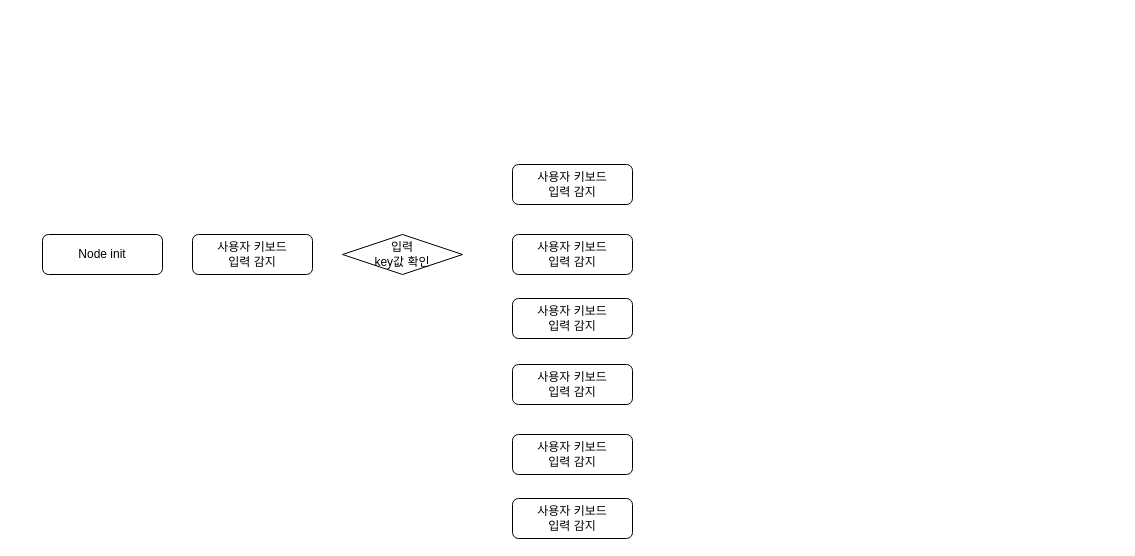
Jungsu-Yun/turtlebot3_tutorial_ros2 keeps this draw.io diagram as Untitled Diagram.drawio. Above is the earlier version. Source tidied: cells renumbered, new cells numbered last; positions are measured from the earlier drawing's top-left corner, leaving out a move shared by most shapes. Both pictures are drawn from the tidied source at 100%, with x=0, y=0 at pixel (42, 164).
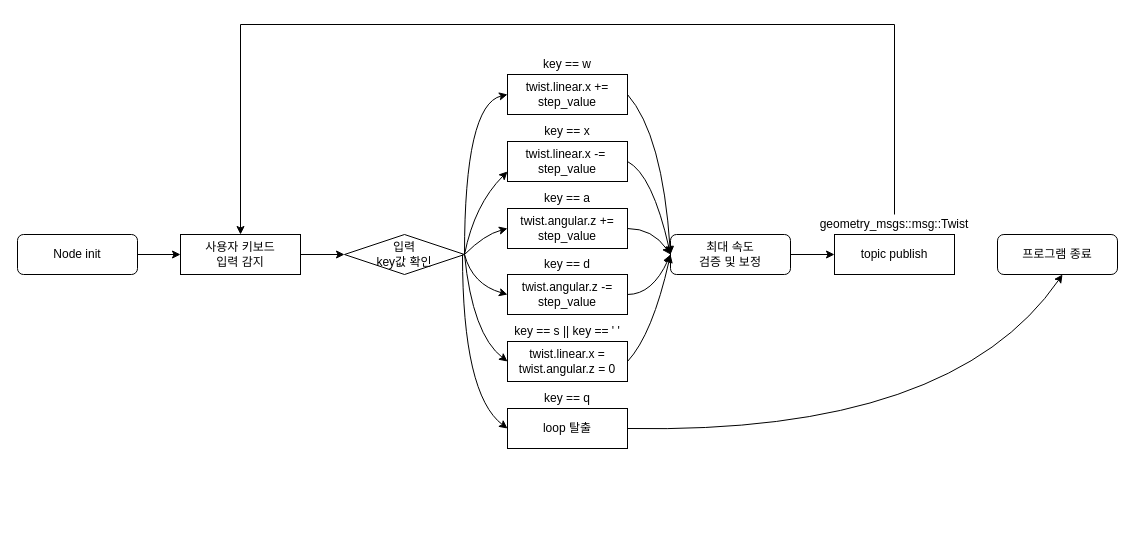
The same diagram, later.

The edit, as a diff of the source:
```diff
@@
+    <mxCell id="11" style="edgeStyle=orthogonalEdgeStyle;rounded=0;jettySize=auto;html=1;exitX=1;exitY=0.5;exitDx=0;exitDy=0;" parent="1" edge="1" source="2" target="3">
+      <mxGeometry relative="1" as="geometry" />
+    </mxCell>
     <mxCell id="2" value="Node init" style="rounded=1;whiteSpace=wrap;html=1;" parent="1" vertex="1">
-      <mxGeometry y="70" width="120" height="40" as="geometry" />
+      <mxGeometry x="-25" y="70" width="120" height="40" as="geometry" />
     </mxCell>
+    <mxCell id="12" style="edgeStyle=orthogonalEdgeStyle;rounded=0;jettySize=auto;html=1;exitX=1;exitY=0.5;exitDx=0;exitDy=0;entryX=0;entryY=0.5;entryDx=0;entryDy=0;" parent="1" edge="1" source="3" target="4">
+      <mxGeometry relative="1" as="geometry" />
+    </mxCell>
-    <mxCell id="3" value="사용자 키보드&lt;br&gt;입력 감지" style="rounded=1;whiteSpace=wrap;html=1;" parent="1" vertex="1">
-      <mxGeometry x="150" y="70" width="120" height="40" as="geometry" />
+    <mxCell id="3" value="사용자 키보드&lt;br&gt;입력 감지" style="rounded=1;whiteSpace=wrap;html=1;arcSize=0;" parent="1" vertex="1">
+      <mxGeometry x="138" y="70" width="120" height="40" as="geometry" />
     </mxCell>
     <mxCell id="4" value="입력&lt;br&gt;key값 확인" style="rhombus;whiteSpace=wrap;html=1;" parent="1" vertex="1">
-      <mxGeometry x="300" y="70" width="120" height="40" as="geometry" />
+      <mxGeometry x="302" y="70" width="120" height="40" as="geometry" />
     </mxCell>
+    <mxCell id="13" style="edgeStyle=orthogonalEdgeStyle;rounded=0;jettySize=auto;html=1;exitX=1;exitY=0.5;exitDx=0;exitDy=0;entryX=0;entryY=0.5;entryDx=0;entryDy=0;" parent="1" edge="1" source="14" target="15">
+      <mxGeometry relative="1" as="geometry" />
+    </mxCell>
+    <mxCell id="14" value="최대 속도&lt;br&gt;검증 및 보정" style="rounded=1;whiteSpace=wrap;html=1;" parent="1" vertex="1">
+      <mxGeometry x="628" y="70" width="120" height="40" as="geometry" />
+    </mxCell>
+    <mxCell id="15" value="topic publish" style="rounded=1;whiteSpace=wrap;html=1;arcSize=0;" parent="1" vertex="1">
+      <mxGeometry x="792" y="70" width="120" height="40" as="geometry" />
+    </mxCell>
+    <mxCell id="16" value="프로그램 종료" style="rounded=1;whiteSpace=wrap;html=1;arcSize=16;" parent="1" vertex="1">
+      <mxGeometry x="955" y="70" width="120" height="40" as="geometry" />
+    </mxCell>
+    <mxCell id="17" style="group;" parent="1" vertex="1">
+      <mxGeometry x="465" y="-90" width="120" height="374" as="geometry" />
+    </mxCell>
-    <mxCell id="5" value="사용자 키보드&lt;br&gt;입력 감지" style="rounded=1;whiteSpace=wrap;html=1;" parent="1" vertex="1">
-      <mxGeometry x="470" y="70" width="120" height="40" as="geometry" />
+    <mxCell id="5" value="twist.linear.x -=&amp;nbsp; step_value" style="rounded=1;whiteSpace=wrap;html=1;arcSize=0;" parent="17" vertex="1">
+      <mxGeometry y="67" width="120" height="40" as="geometry" />
     </mxCell>
-    <mxCell id="6" value="사용자 키보드&lt;br&gt;입력 감지" style="rounded=1;whiteSpace=wrap;html=1;" parent="1" vertex="1">
-      <mxGeometry x="470" width="120" height="40" as="geometry" />
+    <mxCell id="6" value="twist.linear.x += step_value" style="rounded=1;whiteSpace=wrap;html=1;arcSize=0;" parent="17" vertex="1">
+      <mxGeometry width="120" height="40" as="geometry" />
     </mxCell>
-    <mxCell id="7" value="사용자 키보드&lt;br&gt;입력 감지" style="rounded=1;whiteSpace=wrap;html=1;" parent="1" vertex="1">
-      <mxGeometry x="470" y="134" width="120" height="40" as="geometry" />
+    <mxCell id="7" value="twist.angular.z += step_value" style="rounded=1;whiteSpace=wrap;html=1;arcSize=0;" parent="17" vertex="1">
+      <mxGeometry y="134" width="120" height="40" as="geometry" />
     </mxCell>
-    <mxCell id="8" value="사용자 키보드&lt;br&gt;입력 감지" style="rounded=1;whiteSpace=wrap;html=1;" parent="1" vertex="1">
-      <mxGeometry x="470" y="270" width="120" height="40" as="geometry" />
+    <mxCell id="8" value="twist.linear.x = twist.angular.z = 0" style="rounded=1;whiteSpace=wrap;html=1;arcSize=0;" parent="17" vertex="1">
+      <mxGeometry y="267" width="120" height="40" as="geometry" />
     </mxCell>
-    <mxCell id="9" value="사용자 키보드&lt;br&gt;입력 감지" style="rounded=1;whiteSpace=wrap;html=1;" parent="1" vertex="1">
-      <mxGeometry x="470" y="200" width="120" height="40" as="geometry" />
+    <mxCell id="9" value="twist.angular.z -= step_value" style="rounded=1;whiteSpace=wrap;html=1;arcSize=0;" parent="17" vertex="1">
+      <mxGeometry y="200" width="120" height="40" as="geometry" />
     </mxCell>
-    <mxCell id="10" value="사용자 키보드&lt;br&gt;입력 감지" style="rounded=1;whiteSpace=wrap;html=1;" parent="1" vertex="1">
-      <mxGeometry x="470" y="334" width="120" height="40" as="geometry" />
+    <mxCell id="10" value="loop 탈출" style="rounded=1;whiteSpace=wrap;html=1;arcSize=0;" parent="17" vertex="1">
+      <mxGeometry y="334" width="120" height="40" as="geometry" />
     </mxCell>
+    <mxCell id="18" value="key == x" style="text;html=1;strokeColor=none;fillColor=none;align=center;verticalAlign=middle;whiteSpace=wrap;rounded=0;" parent="17" vertex="1">
+      <mxGeometry x="25" y="47" width="70" height="20" as="geometry" />
+    </mxCell>
+    <mxCell id="19" value="key == a" style="text;html=1;strokeColor=none;fillColor=none;align=center;verticalAlign=middle;whiteSpace=wrap;rounded=0;" parent="17" vertex="1">
+      <mxGeometry x="25" y="114" width="70" height="20" as="geometry" />
+    </mxCell>
+    <mxCell id="20" value="key == d" style="text;html=1;strokeColor=none;fillColor=none;align=center;verticalAlign=middle;whiteSpace=wrap;rounded=0;" parent="17" vertex="1">
+      <mxGeometry x="25" y="180" width="70" height="20" as="geometry" />
+    </mxCell>
+    <mxCell id="21" value="key == s || key == ' '" style="text;html=1;strokeColor=none;fillColor=none;align=center;verticalAlign=middle;whiteSpace=wrap;rounded=0;" parent="17" vertex="1">
+      <mxGeometry y="247" width="120" height="20" as="geometry" />
+    </mxCell>
+    <mxCell id="22" value="key == q" style="text;html=1;strokeColor=none;fillColor=none;align=center;verticalAlign=middle;whiteSpace=wrap;rounded=0;" parent="17" vertex="1">
+      <mxGeometry x="25" y="314" width="70" height="20" as="geometry" />
+    </mxCell>
+    <mxCell id="23" style="curved=1;endArrow=classic;html=1;exitX=1;exitY=0.5;exitDx=0;exitDy=0;entryX=0;entryY=0.5;entryDx=0;entryDy=0;" parent="1" edge="1" source="4" target="6">
+      <mxGeometry relative="1" as="geometry">
+        <Array as="points">
+          <mxPoint x="422" y="-60" />
+        </Array>
+      </mxGeometry>
+    </mxCell>
+    <mxCell id="24" style="curved=1;endArrow=classic;html=1;exitX=1;exitY=0.5;exitDx=0;exitDy=0;entryX=0;entryY=0.75;entryDx=0;entryDy=0;" parent="1" edge="1" source="4" target="5">
+      <mxGeometry relative="1" as="geometry">
+        <Array as="points">
+          <mxPoint x="432" y="40" />
+        </Array>
+      </mxGeometry>
+    </mxCell>
+    <mxCell id="25" style="curved=1;endArrow=classic;html=1;entryX=0;entryY=0.5;entryDx=0;entryDy=0;exitX=1;exitY=0.5;exitDx=0;exitDy=0;" parent="1" edge="1" source="4" target="7">
+      <mxGeometry relative="1" as="geometry">
+        <Array as="points">
+          <mxPoint x="442" y="70" />
+        </Array>
+      </mxGeometry>
+    </mxCell>
+    <mxCell id="26" style="curved=1;endArrow=classic;html=1;entryX=0;entryY=0.5;entryDx=0;entryDy=0;exitX=1;exitY=0.5;exitDx=0;exitDy=0;" parent="1" edge="1" source="4" target="9">
+      <mxGeometry relative="1" as="geometry">
+        <Array as="points">
+          <mxPoint x="430" y="120" />
+        </Array>
+      </mxGeometry>
+    </mxCell>
+    <mxCell id="27" style="curved=1;endArrow=classic;html=1;entryX=0;entryY=0.5;entryDx=0;entryDy=0;exitX=1;exitY=0.5;exitDx=0;exitDy=0;" parent="1" edge="1" source="4" target="8">
+      <mxGeometry relative="1" as="geometry">
+        <Array as="points">
+          <mxPoint x="430" y="170" />
+        </Array>
+      </mxGeometry>
+    </mxCell>
+    <mxCell id="28" style="curved=1;endArrow=classic;html=1;entryX=0;entryY=0.5;entryDx=0;entryDy=0;" parent="1" edge="1" target="10">
+      <mxGeometry relative="1" as="geometry">
+        <mxPoint x="420" y="90" as="sourcePoint" />
+        <Array as="points">
+          <mxPoint x="420" y="230" />
+        </Array>
+      </mxGeometry>
+    </mxCell>
+    <mxCell id="29" value="key == w" style="text;html=1;strokeColor=none;fillColor=none;align=center;verticalAlign=middle;whiteSpace=wrap;rounded=0;" parent="1" vertex="1">
+      <mxGeometry x="490" y="-110" width="70" height="20" as="geometry" />
+    </mxCell>
+    <mxCell id="30" style="curved=1;endArrow=classic;html=1;exitX=1;exitY=0.5;exitDx=0;exitDy=0;" parent="1" edge="1" source="10">
+      <mxGeometry relative="1" as="geometry">
+        <mxPoint x="1020" y="110" as="targetPoint" />
+        <Array as="points">
+          <mxPoint x="910" y="270" />
+        </Array>
+      </mxGeometry>
+    </mxCell>
+    <mxCell id="31" style="curved=1;endArrow=classic;html=1;exitX=1;exitY=0.5;exitDx=0;exitDy=0;entryX=0;entryY=0.5;entryDx=0;entryDy=0;" parent="1" edge="1" source="6" target="14">
+      <mxGeometry relative="1" as="geometry">
+        <Array as="points">
+          <mxPoint x="620" y="-30" />
+        </Array>
+      </mxGeometry>
+    </mxCell>
+    <mxCell id="32" style="curved=1;endArrow=classic;html=1;exitX=1;exitY=0.5;exitDx=0;exitDy=0;entryX=0;entryY=0.5;entryDx=0;entryDy=0;" parent="1" edge="1" source="5" target="14">
+      <mxGeometry relative="1" as="geometry">
+        <Array as="points">
+          <mxPoint x="610" y="10" />
+        </Array>
+      </mxGeometry>
+    </mxCell>
+    <mxCell id="33" style="curved=1;endArrow=classic;html=1;exitX=1;exitY=0.5;exitDx=0;exitDy=0;entryX=0;entryY=0.5;entryDx=0;entryDy=0;" parent="1" edge="1" source="7" target="14">
+      <mxGeometry relative="1" as="geometry">
+        <Array as="points">
+          <mxPoint x="610" y="64" />
+        </Array>
+      </mxGeometry>
+    </mxCell>
+    <mxCell id="34" style="curved=1;endArrow=classic;html=1;exitX=1;exitY=0.5;exitDx=0;exitDy=0;entryX=0;entryY=0.5;entryDx=0;entryDy=0;" parent="1" edge="1" source="9" target="14">
+      <mxGeometry relative="1" as="geometry">
+        <Array as="points">
+          <mxPoint x="610" y="130" />
+        </Array>
+      </mxGeometry>
+    </mxCell>
+    <mxCell id="35" style="curved=1;endArrow=classic;html=1;exitX=1;exitY=0.5;exitDx=0;exitDy=0;entryX=0;entryY=0.5;entryDx=0;entryDy=0;" parent="1" edge="1" source="8" target="14">
+      <mxGeometry relative="1" as="geometry">
+        <Array as="points">
+          <mxPoint x="610" y="170" />
+        </Array>
+      </mxGeometry>
+    </mxCell>
+    <mxCell id="36" style="edgeStyle=orthogonalEdgeStyle;rounded=0;jettySize=auto;html=1;entryX=0.5;entryY=0;entryDx=0;entryDy=0;" parent="1" edge="1" source="37" target="3">
+      <mxGeometry relative="1" as="geometry">
+        <Array as="points">
+          <mxPoint x="852" y="-140" />
+          <mxPoint x="198" y="-140" />
+        </Array>
+      </mxGeometry>
+    </mxCell>
+    <mxCell id="37" value="geometry_msgs::msg::Twist" style="text;html=1;strokeColor=none;fillColor=none;align=center;verticalAlign=middle;whiteSpace=wrap;rounded=0;" parent="1" vertex="1">
+      <mxGeometry x="817" y="50" width="70" height="20" as="geometry" />
+    </mxCell>
```
